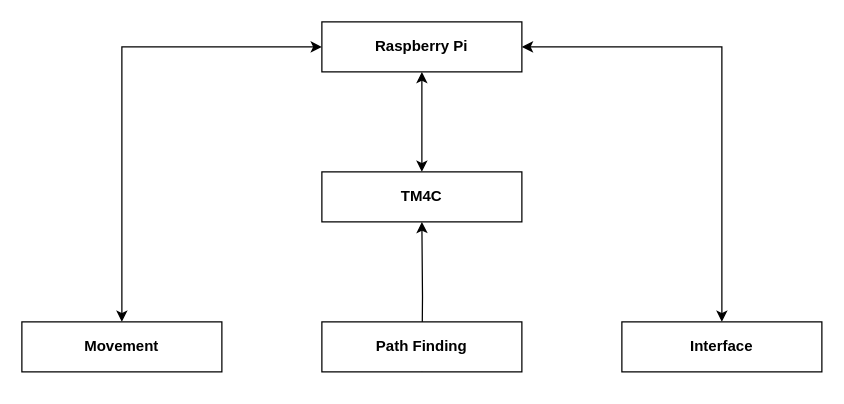
tragicfall/Senior-Design keeps this draw.io diagram as documentation/ArchitecturalDesignSpecification/drawio/layers.drawio. Above is the earlier version. Source tidied: cells renumbered, new cells numbered last; positions are measured from the earlier drawing's top-left corner, leaving out a move shared by most shapes. Both pictures are drawn from the tidied source at 125%, with x=0, y=0 at pixel (21, 21).
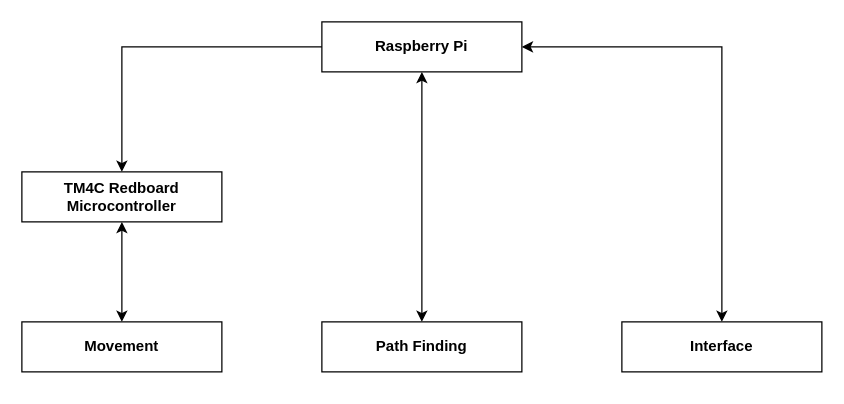
The same page after the edit.

Diff of the diagram source:
```diff
@@
 <mxGraphModel>
   <root>
     <mxCell id="0" />
     <mxCell id="1" parent="0" />
     <mxCell id="2" value="Raspberry Pi" style="rounded=0;whiteSpace=wrap;html=1;fontStyle=1;" parent="1" vertex="1">
       <mxGeometry x="240" width="160" height="40" as="geometry" />
     </mxCell>
-    <mxCell id="3" style="edgeStyle=orthogonalEdgeStyle;rounded=0;jettySize=auto;html=1;exitX=0.5;exitY=0;exitDx=0;exitDy=0;entryX=0.5;entryY=1;entryDx=0;entryDy=0;startArrow=classic;startFill=1;" parent="1" edge="1" source="4" target="2">
+    <mxCell id="3" style="edgeStyle=orthogonalEdgeStyle;rounded=0;jettySize=auto;html=1;exitX=0.5;exitY=0;exitDx=0;exitDy=0;entryX=0.5;entryY=1;entryDx=0;entryDy=0;startArrow=classic;startFill=1;" parent="1" edge="1" source="8" target="2">
       <mxGeometry relative="1" as="geometry" />
     </mxCell>
+    <mxCell id="11" style="edgeStyle=orthogonalEdgeStyle;rounded=0;jettySize=auto;html=1;entryX=0.5;entryY=0;entryDx=0;entryDy=0;startArrow=classic;startFill=1;" parent="1" edge="1" source="4" target="10">
+      <mxGeometry relative="1" as="geometry" />
+    </mxCell>
-    <mxCell id="4" value="&lt;b&gt;TM4C&lt;/b&gt;" style="rounded=0;whiteSpace=wrap;html=1;" parent="1" vertex="1">
-      <mxGeometry x="240" y="120" width="160" height="40" as="geometry" />
+    <mxCell id="4" value="&lt;b&gt;TM4C Redboard Microcontroller&lt;/b&gt;" style="rounded=0;whiteSpace=wrap;html=1;" parent="1" vertex="1">
+      <mxGeometry y="120" width="160" height="40" as="geometry" />
     </mxCell>
-    <mxCell id="5" style="edgeStyle=orthogonalEdgeStyle;rounded=0;jettySize=auto;html=1;exitX=0.5;exitY=0;exitDx=0;exitDy=0;entryX=0.5;entryY=1;entryDx=0;entryDy=0;" parent="1" edge="1" target="4">
-      <mxGeometry relative="1" as="geometry">
-        <mxPoint x="320" y="280" as="sourcePoint" />
-      </mxGeometry>
-    </mxCell>
-    <mxCell id="6" style="edgeStyle=orthogonalEdgeStyle;rounded=0;jettySize=auto;html=1;exitX=0;exitY=0.5;exitDx=0;exitDy=0;entryX=0.5;entryY=0;entryDx=0;entryDy=0;startArrow=classic;startFill=1;" parent="1" edge="1" source="2" target="10">
+    <mxCell id="6" style="edgeStyle=orthogonalEdgeStyle;rounded=0;jettySize=auto;html=1;exitX=0;exitY=0.5;exitDx=0;exitDy=0;startArrow=none;startFill=0;entryX=0.5;entryY=0;entryDx=0;entryDy=0;endArrow=classic;endFill=1;" parent="1" edge="1" source="2" target="4">
       <mxGeometry relative="1" as="geometry" />
     </mxCell>
     <mxCell id="7" style="edgeStyle=orthogonalEdgeStyle;rounded=0;jettySize=auto;html=1;exitX=1;exitY=0.5;exitDx=0;exitDy=0;entryX=0.5;entryY=0;entryDx=0;entryDy=0;startArrow=classic;startFill=1;" parent="1" edge="1" source="2" target="9">
       <mxGeometry relative="1" as="geometry" />
     </mxCell>
     <mxCell id="8" value="&lt;b&gt;Path Finding&lt;/b&gt;" style="rounded=0;whiteSpace=wrap;html=1;" parent="1" vertex="1">
       <mxGeometry x="240" y="240" width="160" height="40" as="geometry" />
     </mxCell>
     <mxCell id="9" value="&lt;b&gt;Interface&lt;/b&gt;" style="rounded=0;whiteSpace=wrap;html=1;" parent="1" vertex="1">
       <mxGeometry x="480" y="240" width="160" height="40" as="geometry" />
     </mxCell>
     <mxCell id="10" value="&lt;b&gt;Movement&lt;/b&gt;" style="rounded=0;whiteSpace=wrap;html=1;" parent="1" vertex="1">
       <mxGeometry y="240" width="160" height="40" as="geometry" />
     </mxCell>
   </root>
 </mxGraphModel>
```
